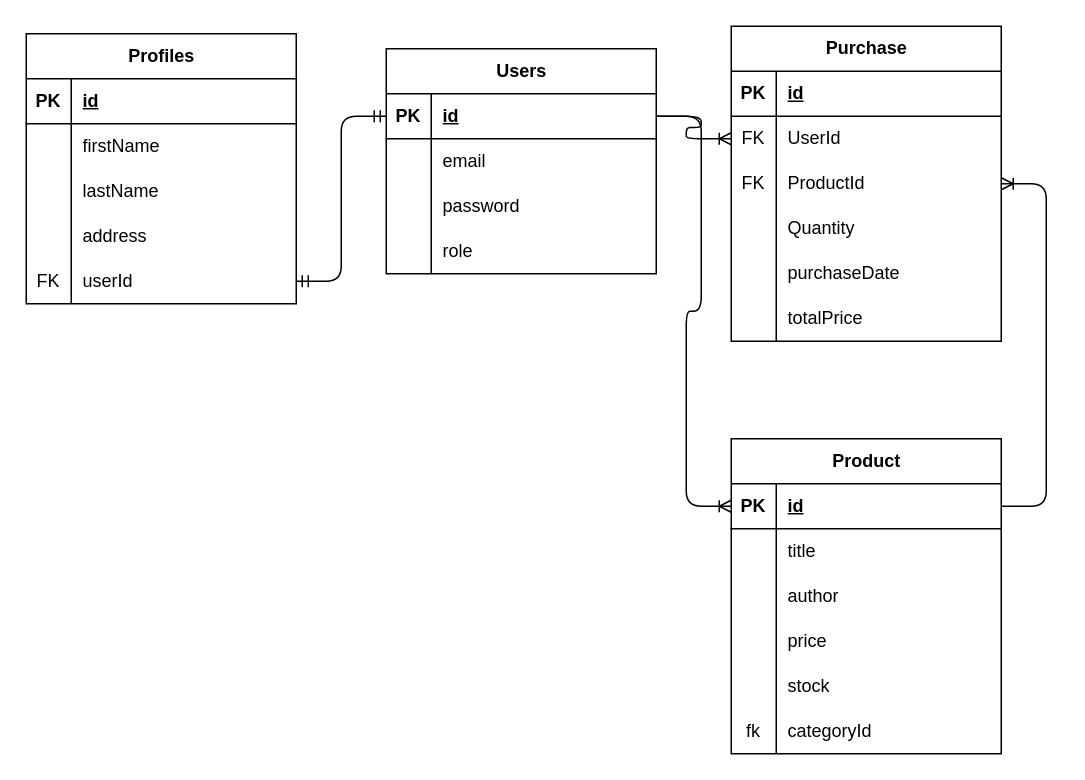
Earlier version of the draw.io diagram schema.drawio (mridwanadityanp/Pair-Project-E-commerce). Source tidied: cells renumbered, new cells numbered last; positions are measured from the earlier drawing's top-left corner, leaving out a move shared by most shapes. Both pictures are drawn from the tidied source at 150%, with x=0, y=0 at pixel (26, 26).
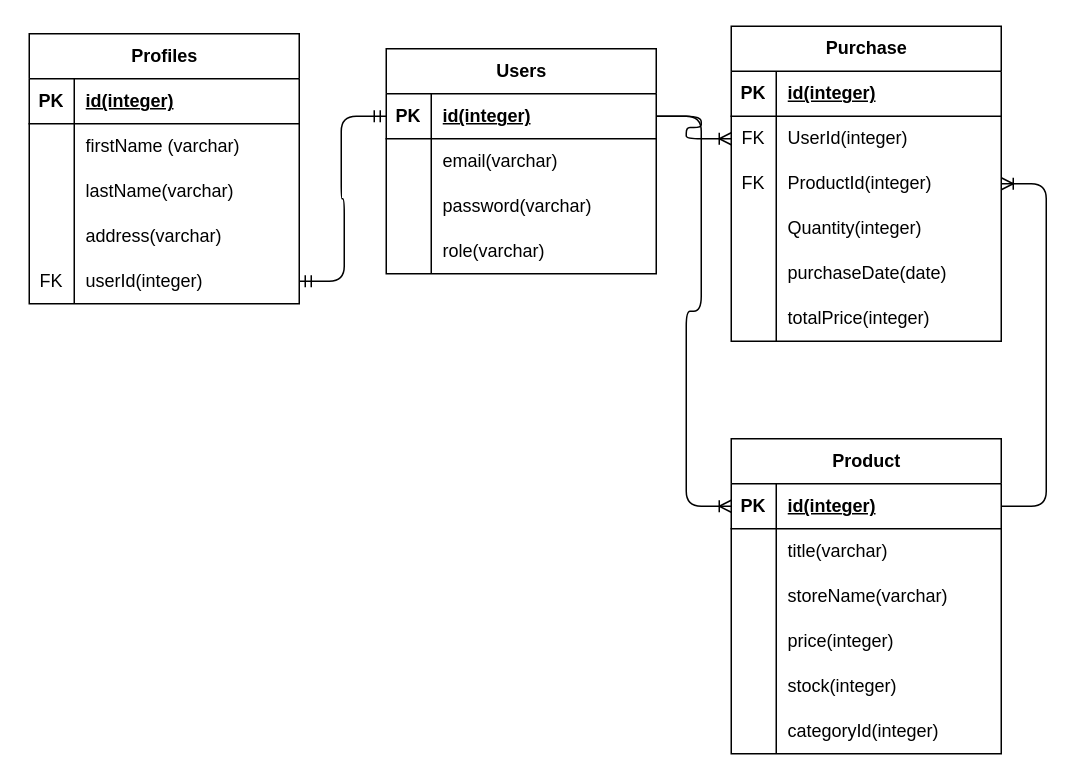
Above is the later version.

Unchanged cells that the change refers to:
```xml
<mxCell id="3" style="shape=tableRow;horizontal=0;startSize=0;swimlaneHead=0;swimlaneBody=0;fillColor=none;points=[[0,0.5],[1,0.5]];portConstraint=eastwest;top=0;left=0;right=0;bottom=1;" parent="2" vertex="1">
  <mxGeometry y="30" width="180" height="30" as="geometry" />
</mxCell>
<mxCell id="6" style="shape=tableRow;horizontal=0;startSize=0;swimlaneHead=0;swimlaneBody=0;fillColor=none;top=0;left=0;right=0;bottom=0;" parent="2" vertex="1">
  <mxGeometry y="60" width="180" height="30" as="geometry" />
</mxCell>
<mxCell id="9" style="shape=tableRow;horizontal=0;startSize=0;swimlaneHead=0;swimlaneBody=0;fillColor=none;top=0;left=0;right=0;bottom=0;" parent="2" vertex="1">
  <mxGeometry y="90" width="180" height="30" as="geometry" />
</mxCell>
<mxCell id="12" style="shape=tableRow;horizontal=0;startSize=0;swimlaneHead=0;swimlaneBody=0;fillColor=none;top=0;left=0;right=0;bottom=0;" parent="2" vertex="1">
  <mxGeometry y="120" width="180" height="30" as="geometry" />
</mxCell>
<mxCell id="16" style="shape=tableRow;horizontal=0;startSize=0;swimlaneHead=0;swimlaneBody=0;fillColor=none;top=0;left=0;right=0;bottom=1;" parent="15" vertex="1">
  <mxGeometry y="30" width="180" height="30" as="geometry" />
</mxCell>
<mxCell id="19" style="shape=tableRow;horizontal=0;startSize=0;swimlaneHead=0;swimlaneBody=0;fillColor=none;top=0;left=0;right=0;bottom=0;" parent="15" vertex="1">
  <mxGeometry y="60" width="180" height="30" as="geometry" />
</mxCell>
<mxCell id="22" style="shape=tableRow;horizontal=0;startSize=0;swimlaneHead=0;swimlaneBody=0;fillColor=none;top=0;left=0;right=0;bottom=0;" parent="15" vertex="1">
  <mxGeometry y="90" width="180" height="30" as="geometry" />
</mxCell>
<mxCell id="25" style="shape=tableRow;horizontal=0;startSize=0;swimlaneHead=0;swimlaneBody=0;fillColor=none;top=0;left=0;right=0;bottom=0;" parent="15" vertex="1">
  <mxGeometry y="120" width="180" height="30" as="geometry" />
</mxCell>
<mxCell id="28" style="shape=tableRow;horizontal=0;startSize=0;swimlaneHead=0;swimlaneBody=0;fillColor=none;points=[[0,0.5],[1,0.5]];portConstraint=eastwest;top=0;left=0;right=0;bottom=0;" parent="15" vertex="1">
  <mxGeometry y="150" width="180" height="30" as="geometry" />
</mxCell>
<mxCell id="32" style="shape=tableRow;horizontal=0;startSize=0;swimlaneHead=0;swimlaneBody=0;fillColor=none;top=0;left=0;right=0;bottom=1;" parent="31" vertex="1">
  <mxGeometry y="30" width="180" height="30" as="geometry" />
</mxCell>
<mxCell id="35" style="shape=tableRow;horizontal=0;startSize=0;swimlaneHead=0;swimlaneBody=0;fillColor=none;points=[[0,0.5],[1,0.5]];portConstraint=eastwest;top=0;left=0;right=0;bottom=0;" parent="31" vertex="1">
  <mxGeometry y="60" width="180" height="30" as="geometry" />
</mxCell>
<mxCell id="38" style="shape=tableRow;horizontal=0;startSize=0;swimlaneHead=0;swimlaneBody=0;fillColor=none;points=[[0,0.5],[1,0.5]];portConstraint=eastwest;top=0;left=0;right=0;bottom=0;" parent="31" vertex="1">
  <mxGeometry y="90" width="180" height="30" as="geometry" />
</mxCell>
<mxCell id="41" style="shape=tableRow;horizontal=0;startSize=0;swimlaneHead=0;swimlaneBody=0;fillColor=none;top=0;left=0;right=0;bottom=0;" parent="31" vertex="1">
  <mxGeometry y="120" width="180" height="30" as="geometry" />
</mxCell>
<mxCell id="44" style="shape=tableRow;horizontal=0;startSize=0;swimlaneHead=0;swimlaneBody=0;fillColor=none;top=0;left=0;right=0;bottom=0;" parent="31" vertex="1">
  <mxGeometry y="150" width="180" height="30" as="geometry" />
</mxCell>
<mxCell id="47" style="shape=tableRow;horizontal=0;startSize=0;swimlaneHead=0;swimlaneBody=0;fillColor=none;top=0;left=0;right=0;bottom=0;" parent="31" vertex="1">
  <mxGeometry y="180" width="180" height="30" as="geometry" />
</mxCell>
<mxCell id="51" style="shape=tableRow;horizontal=0;startSize=0;swimlaneHead=0;swimlaneBody=0;fillColor=none;points=[[0,0.5],[1,0.5]];portConstraint=eastwest;top=0;left=0;right=0;bottom=1;" parent="50" vertex="1">
  <mxGeometry y="30" width="180" height="30" as="geometry" />
</mxCell>
<mxCell id="54" style="shape=tableRow;horizontal=0;startSize=0;swimlaneHead=0;swimlaneBody=0;fillColor=none;top=0;left=0;right=0;bottom=0;" parent="50" vertex="1">
  <mxGeometry y="60" width="180" height="30" as="geometry" />
</mxCell>
<mxCell id="57" style="shape=tableRow;horizontal=0;startSize=0;swimlaneHead=0;swimlaneBody=0;fillColor=none;top=0;left=0;right=0;bottom=0;" parent="50" vertex="1">
  <mxGeometry y="90" width="180" height="30" as="geometry" />
</mxCell>
<mxCell id="60" style="shape=tableRow;horizontal=0;startSize=0;swimlaneHead=0;swimlaneBody=0;fillColor=none;top=0;left=0;right=0;bottom=0;" parent="50" vertex="1">
  <mxGeometry y="120" width="180" height="30" as="geometry" />
</mxCell>
<mxCell id="63" style="shape=tableRow;horizontal=0;startSize=0;swimlaneHead=0;swimlaneBody=0;fillColor=none;top=0;left=0;right=0;bottom=0;" parent="50" vertex="1">
  <mxGeometry y="150" width="180" height="30" as="geometry" />
</mxCell>
<mxCell id="66" style="shape=tableRow;horizontal=0;startSize=0;swimlaneHead=0;swimlaneBody=0;fillColor=none;top=0;left=0;right=0;bottom=0;" parent="50" vertex="1">
  <mxGeometry y="180" width="180" height="30" as="geometry" />
</mxCell>
```

Change to the diagram source:
```diff
@@
-    <mxCell id="5" value="id" style="shape=partialRectangle;fillColor=none;top=0;left=0;bottom=0;right=0;align=left;spacingLeft=6;fontStyle=5;overflow=hidden;whiteSpace=wrap;html=1;" parent="3" vertex="1">
+    <mxCell id="5" value="id(integer)" style="shape=partialRectangle;fillColor=none;top=0;left=0;bottom=0;right=0;align=left;spacingLeft=6;fontStyle=5;overflow=hidden;whiteSpace=wrap;html=1;" parent="3" vertex="1">
       <mxGeometry x="30" width="150" height="30" as="geometry" />
     </mxCell>
@@
-    <mxCell id="8" value="email" style="shape=partialRectangle;fillColor=none;top=0;left=0;bottom=0;right=0;align=left;spacingLeft=6;overflow=hidden;whiteSpace=wrap;html=1;" parent="6" vertex="1">
+    <mxCell id="8" value="email(varchar)" style="shape=partialRectangle;fillColor=none;top=0;left=0;bottom=0;right=0;align=left;spacingLeft=6;overflow=hidden;whiteSpace=wrap;html=1;" parent="6" vertex="1">
       <mxGeometry x="30" width="150" height="30" as="geometry" />
     </mxCell>
@@
-    <mxCell id="11" value="password" style="shape=partialRectangle;fillColor=none;top=0;left=0;bottom=0;right=0;align=left;spacingLeft=6;overflow=hidden;whiteSpace=wrap;html=1;" parent="9" vertex="1">
+    <mxCell id="11" value="password(varchar)" style="shape=partialRectangle;fillColor=none;top=0;left=0;bottom=0;right=0;align=left;spacingLeft=6;overflow=hidden;whiteSpace=wrap;html=1;" parent="9" vertex="1">
       <mxGeometry x="30" width="150" height="30" as="geometry" />
     </mxCell>
@@
-    <mxCell id="14" value="role" style="shape=partialRectangle;fillColor=none;top=0;left=0;bottom=0;right=0;align=left;spacingLeft=6;overflow=hidden;whiteSpace=wrap;html=1;" parent="12" vertex="1">
+    <mxCell id="14" value="role(varchar)" style="shape=partialRectangle;fillColor=none;top=0;left=0;bottom=0;right=0;align=left;spacingLeft=6;overflow=hidden;whiteSpace=wrap;html=1;" parent="12" vertex="1">
       <mxGeometry x="30" width="150" height="30" as="geometry" />
     </mxCell>
     <mxCell id="15" value="Profiles" style="shape=table;startSize=30;childLayout=tableLayout;rowLines=0;fontStyle=1;align=center;html=1;" parent="1" vertex="1">
-      <mxGeometry y="5" width="180" height="180" as="geometry" />
+      <mxGeometry x="2" y="5" width="180" height="180" as="geometry" />
     </mxCell>
@@
-    <mxCell id="18" value="id" style="shape=partialRectangle;fillColor=none;top=0;left=0;bottom=0;right=0;align=left;spacingLeft=6;fontStyle=5;overflow=hidden;whiteSpace=wrap;html=1;" parent="16" vertex="1">
+    <mxCell id="18" value="id(integer)" style="shape=partialRectangle;fillColor=none;top=0;left=0;bottom=0;right=0;align=left;spacingLeft=6;fontStyle=5;overflow=hidden;whiteSpace=wrap;html=1;" parent="16" vertex="1">
       <mxGeometry x="30" width="150" height="30" as="geometry" />
     </mxCell>
@@
-    <mxCell id="21" value="firstName" style="shape=partialRectangle;fillColor=none;top=0;left=0;bottom=0;right=0;align=left;spacingLeft=6;overflow=hidden;whiteSpace=wrap;html=1;" parent="19" vertex="1">
+    <mxCell id="21" value="firstName (varchar)" style="shape=partialRectangle;fillColor=none;top=0;left=0;bottom=0;right=0;align=left;spacingLeft=6;overflow=hidden;whiteSpace=wrap;html=1;" parent="19" vertex="1">
       <mxGeometry x="30" width="150" height="30" as="geometry" />
     </mxCell>
@@
-    <mxCell id="24" value="lastName" style="shape=partialRectangle;fillColor=none;top=0;left=0;bottom=0;right=0;align=left;spacingLeft=6;overflow=hidden;whiteSpace=wrap;html=1;" parent="22" vertex="1">
+    <mxCell id="24" value="lastName(varchar)" style="shape=partialRectangle;fillColor=none;top=0;left=0;bottom=0;right=0;align=left;spacingLeft=6;overflow=hidden;whiteSpace=wrap;html=1;" parent="22" vertex="1">
       <mxGeometry x="30" width="150" height="30" as="geometry" />
     </mxCell>
@@
-    <mxCell id="27" value="address" style="shape=partialRectangle;fillColor=none;top=0;left=0;bottom=0;right=0;align=left;spacingLeft=6;overflow=hidden;whiteSpace=wrap;html=1;" parent="25" vertex="1">
+    <mxCell id="27" value="address(varchar)" style="shape=partialRectangle;fillColor=none;top=0;left=0;bottom=0;right=0;align=left;spacingLeft=6;overflow=hidden;whiteSpace=wrap;html=1;" parent="25" vertex="1">
       <mxGeometry x="30" width="150" height="30" as="geometry" />
     </mxCell>
@@
-    <mxCell id="30" value="userId" style="shape=partialRectangle;fillColor=none;top=0;left=0;bottom=0;right=0;align=left;spacingLeft=6;overflow=hidden;whiteSpace=wrap;html=1;" parent="28" vertex="1">
+    <mxCell id="30" value="userId(integer)" style="shape=partialRectangle;fillColor=none;top=0;left=0;bottom=0;right=0;align=left;spacingLeft=6;overflow=hidden;whiteSpace=wrap;html=1;" parent="28" vertex="1">
       <mxGeometry x="30" width="150" height="30" as="geometry" />
     </mxCell>
@@
-    <mxCell id="34" value="id" style="shape=partialRectangle;fillColor=none;top=0;left=0;bottom=0;right=0;align=left;spacingLeft=6;fontStyle=5;overflow=hidden;whiteSpace=wrap;html=1;" parent="32" vertex="1">
+    <mxCell id="34" value="id(integer)" style="shape=partialRectangle;fillColor=none;top=0;left=0;bottom=0;right=0;align=left;spacingLeft=6;fontStyle=5;overflow=hidden;whiteSpace=wrap;html=1;" parent="32" vertex="1">
       <mxGeometry x="30" width="150" height="30" as="geometry" />
     </mxCell>
@@
-    <mxCell id="37" value="UserId" style="shape=partialRectangle;fillColor=none;top=0;left=0;bottom=0;right=0;align=left;spacingLeft=6;overflow=hidden;whiteSpace=wrap;html=1;" parent="35" vertex="1">
+    <mxCell id="37" value="UserId(integer)" style="shape=partialRectangle;fillColor=none;top=0;left=0;bottom=0;right=0;align=left;spacingLeft=6;overflow=hidden;whiteSpace=wrap;html=1;" parent="35" vertex="1">
       <mxGeometry x="30" width="150" height="30" as="geometry" />
     </mxCell>
@@
-    <mxCell id="40" value="ProductId" style="shape=partialRectangle;fillColor=none;top=0;left=0;bottom=0;right=0;align=left;spacingLeft=6;overflow=hidden;whiteSpace=wrap;html=1;" parent="38" vertex="1">
+    <mxCell id="40" value="ProductId(integer)" style="shape=partialRectangle;fillColor=none;top=0;left=0;bottom=0;right=0;align=left;spacingLeft=6;overflow=hidden;whiteSpace=wrap;html=1;" parent="38" vertex="1">
       <mxGeometry x="30" width="150" height="30" as="geometry" />
     </mxCell>
@@
-    <mxCell id="43" value="Quantity" style="shape=partialRectangle;fillColor=none;top=0;left=0;bottom=0;right=0;align=left;spacingLeft=6;overflow=hidden;whiteSpace=wrap;html=1;" parent="41" vertex="1">
+    <mxCell id="43" value="Quantity(integer)" style="shape=partialRectangle;fillColor=none;top=0;left=0;bottom=0;right=0;align=left;spacingLeft=6;overflow=hidden;whiteSpace=wrap;html=1;" parent="41" vertex="1">
       <mxGeometry x="30" width="150" height="30" as="geometry" />
     </mxCell>
@@
-    <mxCell id="46" value="purchaseDate" style="shape=partialRectangle;fillColor=none;top=0;left=0;bottom=0;right=0;align=left;spacingLeft=6;overflow=hidden;whiteSpace=wrap;html=1;" parent="44" vertex="1">
+    <mxCell id="46" value="purchaseDate(date)" style="shape=partialRectangle;fillColor=none;top=0;left=0;bottom=0;right=0;align=left;spacingLeft=6;overflow=hidden;whiteSpace=wrap;html=1;" parent="44" vertex="1">
       <mxGeometry x="30" width="150" height="30" as="geometry" />
     </mxCell>
@@
-    <mxCell id="49" value="totalPrice" style="shape=partialRectangle;fillColor=none;top=0;left=0;bottom=0;right=0;align=left;spacingLeft=6;overflow=hidden;whiteSpace=wrap;html=1;" parent="47" vertex="1">
+    <mxCell id="49" value="totalPrice(integer)" style="shape=partialRectangle;fillColor=none;top=0;left=0;bottom=0;right=0;align=left;spacingLeft=6;overflow=hidden;whiteSpace=wrap;html=1;" parent="47" vertex="1">
       <mxGeometry x="30" width="150" height="30" as="geometry" />
     </mxCell>
@@
-    <mxCell id="53" value="id" style="shape=partialRectangle;fillColor=none;top=0;left=0;bottom=0;right=0;align=left;spacingLeft=6;fontStyle=5;overflow=hidden;whiteSpace=wrap;html=1;" parent="51" vertex="1">
+    <mxCell id="53" value="id(integer)" style="shape=partialRectangle;fillColor=none;top=0;left=0;bottom=0;right=0;align=left;spacingLeft=6;fontStyle=5;overflow=hidden;whiteSpace=wrap;html=1;" parent="51" vertex="1">
       <mxGeometry x="30" width="150" height="30" as="geometry" />
     </mxCell>
@@
-    <mxCell id="56" value="title" style="shape=partialRectangle;fillColor=none;top=0;left=0;bottom=0;right=0;align=left;spacingLeft=6;overflow=hidden;whiteSpace=wrap;html=1;" parent="54" vertex="1">
+    <mxCell id="56" value="title(varchar)" style="shape=partialRectangle;fillColor=none;top=0;left=0;bottom=0;right=0;align=left;spacingLeft=6;overflow=hidden;whiteSpace=wrap;html=1;" parent="54" vertex="1">
       <mxGeometry x="30" width="150" height="30" as="geometry" />
     </mxCell>
@@
-    <mxCell id="59" value="author" style="shape=partialRectangle;fillColor=none;top=0;left=0;bottom=0;right=0;align=left;spacingLeft=6;overflow=hidden;whiteSpace=wrap;html=1;" parent="57" vertex="1">
+    <mxCell id="59" value="storeName(varchar)" style="shape=partialRectangle;fillColor=none;top=0;left=0;bottom=0;right=0;align=left;spacingLeft=6;overflow=hidden;whiteSpace=wrap;html=1;" parent="57" vertex="1">
       <mxGeometry x="30" width="150" height="30" as="geometry" />
     </mxCell>
@@
-    <mxCell id="62" value="price" style="shape=partialRectangle;fillColor=none;top=0;left=0;bottom=0;right=0;align=left;spacingLeft=6;overflow=hidden;whiteSpace=wrap;html=1;" parent="60" vertex="1">
+    <mxCell id="62" value="price(integer)" style="shape=partialRectangle;fillColor=none;top=0;left=0;bottom=0;right=0;align=left;spacingLeft=6;overflow=hidden;whiteSpace=wrap;html=1;" parent="60" vertex="1">
       <mxGeometry x="30" width="150" height="30" as="geometry" />
     </mxCell>
@@
-    <mxCell id="65" value="stock" style="shape=partialRectangle;fillColor=none;top=0;left=0;bottom=0;right=0;align=left;spacingLeft=6;overflow=hidden;whiteSpace=wrap;html=1;" parent="63" vertex="1">
+    <mxCell id="65" value="stock(integer)" style="shape=partialRectangle;fillColor=none;top=0;left=0;bottom=0;right=0;align=left;spacingLeft=6;overflow=hidden;whiteSpace=wrap;html=1;" parent="63" vertex="1">
       <mxGeometry x="30" width="150" height="30" as="geometry" />
     </mxCell>
@@
-    <mxCell id="67" value="fk" style="shape=partialRectangle;fillColor=none;top=0;left=0;bottom=0;right=0;overflow=hidden;whiteSpace=wrap;html=1;" parent="66" vertex="1">
+    <mxCell id="67" style="shape=partialRectangle;fillColor=none;top=0;left=0;bottom=0;right=0;overflow=hidden;whiteSpace=wrap;html=1;" parent="66" vertex="1">
       <mxGeometry width="30" height="30" as="geometry" />
     </mxCell>
-    <mxCell id="68" value="categoryId" style="shape=partialRectangle;fillColor=none;top=0;left=0;bottom=0;right=0;align=left;spacingLeft=6;overflow=hidden;whiteSpace=wrap;html=1;" parent="66" vertex="1">
+    <mxCell id="68" value="categoryId(integer)" style="shape=partialRectangle;fillColor=none;top=0;left=0;bottom=0;right=0;align=left;spacingLeft=6;overflow=hidden;whiteSpace=wrap;html=1;" parent="66" vertex="1">
       <mxGeometry x="30" width="150" height="30" as="geometry" />
     </mxCell>
```
